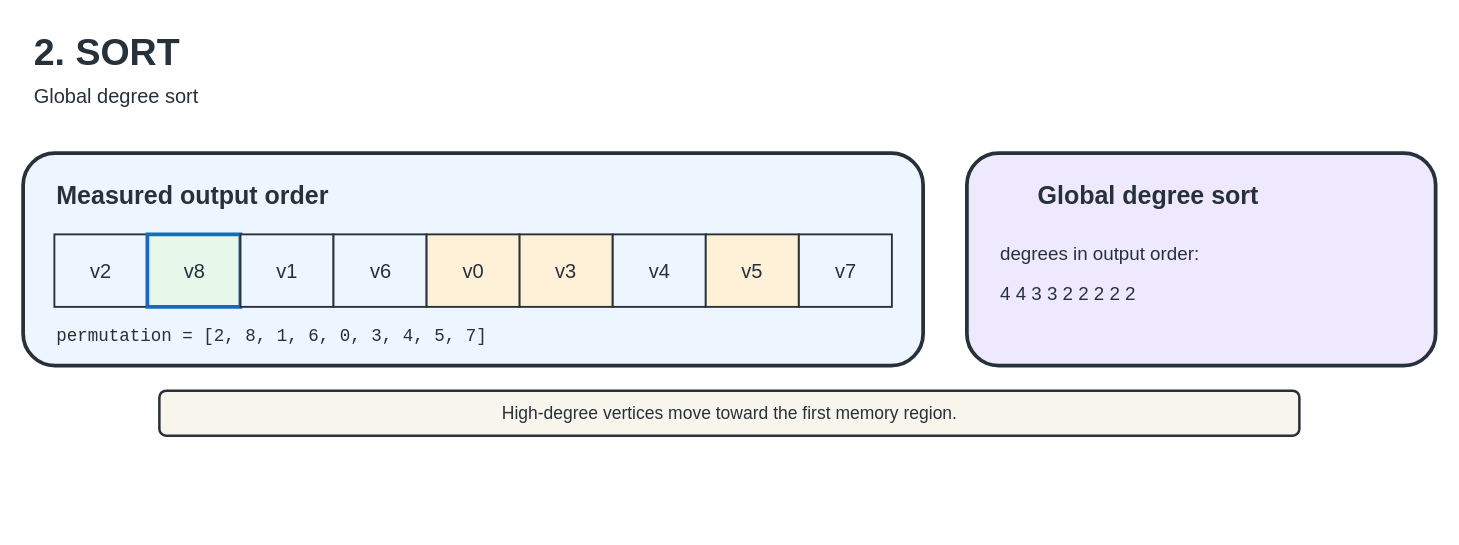
This is page "SORT" (4 of 18) of docs/figures/editable/GraphBrew-reordering-figures.drawio from UVA-LavaLab/GraphBrew, a draw.io file, before an edit. Source tidied: cells renumbered, new cells numbered last; positions are measured from the earlier drawing's top-left corner, leaving out a move shared by most shapes. Both pictures are drawn from the tidied source at 125%, with x=0, y=0 at pixel (22, 21).
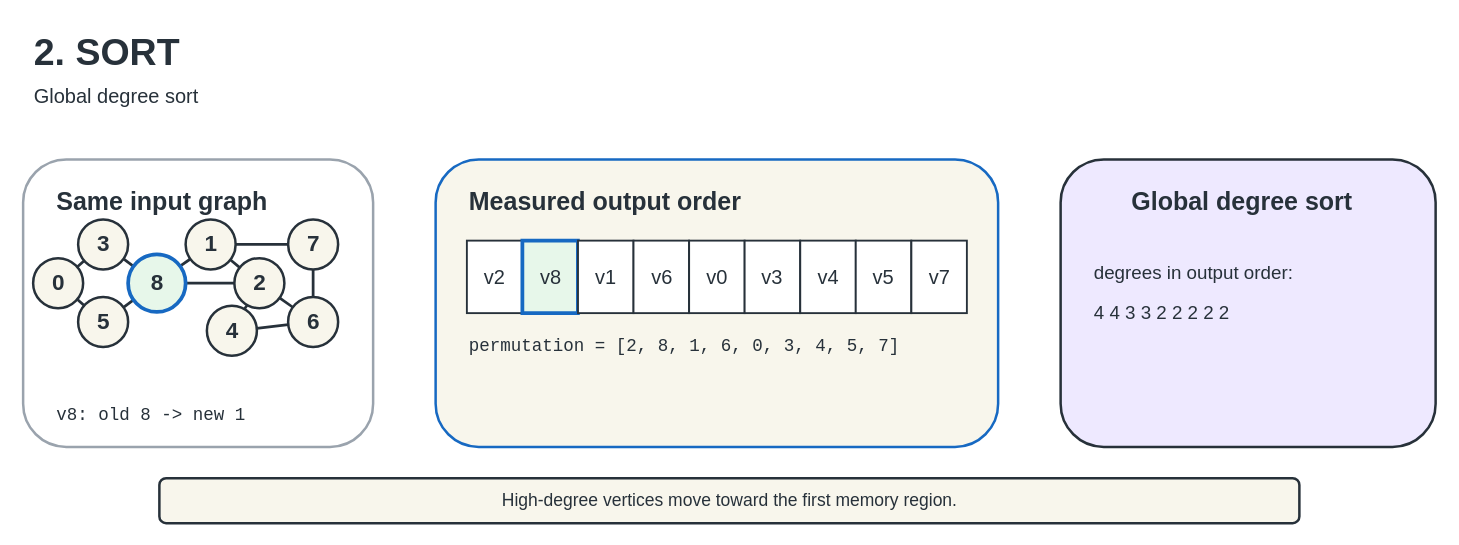
The same page after the edit.

Change to the diagram source:
```diff
@@
+    <mxCell id="21" style="rounded=1;html=1;fillColor=#FFFFFF;strokeColor=#9AA3AD;strokeWidth=2;" parent="1" vertex="1">
+      <mxGeometry y="110" width="280" height="230" as="geometry" />
+    </mxCell>
-    <mxCell id="4" style="rounded=1;html=1;fillColor=#EDF5FF;strokeColor=#27313A;strokeWidth=3;" parent="1" vertex="1">
-      <mxGeometry y="105" width="720" height="170" as="geometry" />
+    <mxCell id="4" style="rounded=1;html=1;fillColor=#F8F6EC;strokeColor=#1769C2;strokeWidth=2;" parent="1" vertex="1">
+      <mxGeometry x="330" y="110" width="450" height="230" as="geometry" />
     </mxCell>
-    <mxCell id="5" style="rounded=1;html=1;fillColor=#EEE9FF;strokeColor=#27313A;strokeWidth=3;" parent="1" vertex="1">
-      <mxGeometry x="755" y="105" width="375" height="170" as="geometry" />
+    <mxCell id="5" style="rounded=1;html=1;fillColor=#EEE9FF;strokeColor=#27313A;strokeWidth=2;" parent="1" vertex="1">
+      <mxGeometry x="830" y="110" width="300" height="230" as="geometry" />
     </mxCell>
+    <mxCell id="22" value="Same input graph" style="text;html=1;strokeColor=none;fillColor=none;fontSize=20;fontStyle=1;fontColor=#27313A;" parent="1" vertex="1">
+      <mxGeometry x="25" y="125" width="220" height="35" as="geometry" />
+    </mxCell>
     <mxCell id="6" value="Measured output order" style="text;html=1;strokeColor=none;fillColor=none;fontSize=20;fontStyle=1;fontColor=#27313A;" parent="1" vertex="1">
-      <mxGeometry x="25" y="120" width="300" height="35" as="geometry" />
+      <mxGeometry x="355" y="125" width="300" height="35" as="geometry" />
     </mxCell>
     <mxCell id="7" value="Global degree sort" style="text;html=1;strokeColor=none;fillColor=none;fontSize=20;fontStyle=1;fontColor=#27313A;" parent="1" vertex="1">
-      <mxGeometry x="810" y="120" width="300" height="35" as="geometry" />
+      <mxGeometry x="885" y="125" width="220" height="35" as="geometry" />
     </mxCell>
     <mxCell id="8" value="High-degree vertices move toward the first memory region." style="rounded=1;html=1;fillColor=#F8F6EC;strokeColor=#27313A;strokeWidth=2;fontSize=14;fontColor=#27313A;align=center;" parent="1" vertex="1">
-      <mxGeometry x="109" y="295" width="912" height="36" as="geometry" />
+      <mxGeometry x="109" y="365" width="912" height="36" as="geometry" />
     </mxCell>
+    <mxCell id="23" style="endArrow=none;html=1;rounded=0;strokeColor=#27313A;strokeWidth=2.2;" parent="1" edge="1" source="35" target="38">
+      <mxGeometry relative="1" as="geometry" />
+    </mxCell>
+    <mxCell id="24" style="endArrow=none;html=1;rounded=0;strokeColor=#27313A;strokeWidth=2.2;" parent="1" edge="1" source="35" target="40">
+      <mxGeometry relative="1" as="geometry" />
+    </mxCell>
+    <mxCell id="25" style="endArrow=none;html=1;rounded=0;strokeColor=#27313A;strokeWidth=2.2;" parent="1" edge="1" source="38" target="43">
+      <mxGeometry relative="1" as="geometry" />
+    </mxCell>
+    <mxCell id="26" style="endArrow=none;html=1;rounded=0;strokeColor=#27313A;strokeWidth=2.2;" parent="1" edge="1" source="40" target="43">
+      <mxGeometry relative="1" as="geometry" />
+    </mxCell>
+    <mxCell id="27" style="endArrow=none;html=1;rounded=0;strokeColor=#27313A;strokeWidth=2.2;" parent="1" edge="1" source="43" target="36">
+      <mxGeometry relative="1" as="geometry" />
+    </mxCell>
+    <mxCell id="28" style="endArrow=none;html=1;rounded=0;strokeColor=#27313A;strokeWidth=2.2;" parent="1" edge="1" source="43" target="37">
+      <mxGeometry relative="1" as="geometry" />
+    </mxCell>
+    <mxCell id="29" style="endArrow=none;html=1;rounded=0;strokeColor=#27313A;strokeWidth=2.2;" parent="1" edge="1" source="36" target="37">
+      <mxGeometry relative="1" as="geometry" />
+    </mxCell>
+    <mxCell id="30" style="endArrow=none;html=1;rounded=0;strokeColor=#27313A;strokeWidth=2.2;" parent="1" edge="1" source="36" target="42">
+      <mxGeometry relative="1" as="geometry" />
+    </mxCell>
+    <mxCell id="31" style="endArrow=none;html=1;rounded=0;strokeColor=#27313A;strokeWidth=2.2;" parent="1" edge="1" source="37" target="39">
+      <mxGeometry relative="1" as="geometry" />
+    </mxCell>
+    <mxCell id="32" style="endArrow=none;html=1;rounded=0;strokeColor=#27313A;strokeWidth=2.2;" parent="1" edge="1" source="37" target="41">
+      <mxGeometry relative="1" as="geometry" />
+    </mxCell>
+    <mxCell id="33" style="endArrow=none;html=1;rounded=0;strokeColor=#27313A;strokeWidth=2.2;" parent="1" edge="1" source="39" target="41">
+      <mxGeometry relative="1" as="geometry" />
+    </mxCell>
+    <mxCell id="34" style="endArrow=none;html=1;rounded=0;strokeColor=#27313A;strokeWidth=2.2;" parent="1" edge="1" source="41" target="42">
+      <mxGeometry relative="1" as="geometry" />
+    </mxCell>
+    <mxCell id="35" value="0" style="ellipse;html=1;align=center;fillColor=#F8F6EC;strokeColor=#27313A;strokeWidth=2;fontSize=18;fontStyle=1;fontColor=#27313A;" parent="1" vertex="1">
+      <mxGeometry x="8" y="189" width="40" height="40" as="geometry" />
+    </mxCell>
+    <mxCell id="36" value="1" style="ellipse;html=1;align=center;fillColor=#F8F6EC;strokeColor=#27313A;strokeWidth=2;fontSize=18;fontStyle=1;fontColor=#27313A;" parent="1" vertex="1">
+      <mxGeometry x="130" y="158" width="40" height="40" as="geometry" />
+    </mxCell>
+    <mxCell id="37" value="2" style="ellipse;html=1;align=center;fillColor=#F8F6EC;strokeColor=#27313A;strokeWidth=2;fontSize=18;fontStyle=1;fontColor=#27313A;" parent="1" vertex="1">
+      <mxGeometry x="169" y="189" width="40" height="40" as="geometry" />
+    </mxCell>
+    <mxCell id="38" value="3" style="ellipse;html=1;align=center;fillColor=#F8F6EC;strokeColor=#27313A;strokeWidth=2;fontSize=18;fontStyle=1;fontColor=#27313A;" parent="1" vertex="1">
+      <mxGeometry x="44" y="158" width="40" height="40" as="geometry" />
+    </mxCell>
+    <mxCell id="39" value="4" style="ellipse;html=1;align=center;fillColor=#F8F6EC;strokeColor=#27313A;strokeWidth=2;fontSize=18;fontStyle=1;fontColor=#27313A;" parent="1" vertex="1">
+      <mxGeometry x="147" y="227" width="40" height="40" as="geometry" />
+    </mxCell>
+    <mxCell id="40" value="5" style="ellipse;html=1;align=center;fillColor=#F8F6EC;strokeColor=#27313A;strokeWidth=2;fontSize=18;fontStyle=1;fontColor=#27313A;" parent="1" vertex="1">
+      <mxGeometry x="44" y="220" width="40" height="40" as="geometry" />
+    </mxCell>
+    <mxCell id="41" value="6" style="ellipse;html=1;align=center;fillColor=#F8F6EC;strokeColor=#27313A;strokeWidth=2;fontSize=18;fontStyle=1;fontColor=#27313A;" parent="1" vertex="1">
+      <mxGeometry x="212" y="220" width="40" height="40" as="geometry" />
+    </mxCell>
+    <mxCell id="42" value="7" style="ellipse;html=1;align=center;fillColor=#F8F6EC;strokeColor=#27313A;strokeWidth=2;fontSize=18;fontStyle=1;fontColor=#27313A;" parent="1" vertex="1">
+      <mxGeometry x="212" y="158" width="40" height="40" as="geometry" />
+    </mxCell>
+    <mxCell id="43" value="8" style="ellipse;html=1;align=center;fillColor=#E7F7EA;strokeColor=#1769C2;strokeWidth=3;fontSize=18;fontStyle=1;fontColor=#27313A;" parent="1" vertex="1">
+      <mxGeometry x="84" y="186" width="46" height="46" as="geometry" />
+    </mxCell>
+    <mxCell id="44" value="v8: old 8 -&gt; new 1" style="text;html=1;strokeColor=none;fillColor=none;fontSize=14;fontFamily=Consolas;fontColor=#27313A;" parent="1" vertex="1">
+      <mxGeometry x="25" y="300" width="230" height="28" as="geometry" />
+    </mxCell>
-    <mxCell id="9" value="v2" style="rounded=0;html=1;align=center;verticalAlign=middle;fillColor=#EDF5FF;strokeColor=#27313A;strokeWidth=1.5;fontSize=16;fontColor=#27313A;" parent="1" vertex="1">
-      <mxGeometry x="25" y="170" width="74.4" height="58" as="geometry" />
+    <mxCell id="9" value="v2" style="rounded=0;html=1;align=center;verticalAlign=middle;fillColor=#FFFFFF;strokeColor=#27313A;strokeWidth=1.5;fontSize=16;fontColor=#27313A;" parent="1" vertex="1">
+      <mxGeometry x="355" y="175" width="44.4" height="58" as="geometry" />
     </mxCell>
     <mxCell id="10" value="v8" style="rounded=0;html=1;align=center;verticalAlign=middle;fillColor=#E7F7EA;strokeColor=#1769C2;strokeWidth=3;fontSize=16;fontColor=#27313A;" parent="1" vertex="1">
-      <mxGeometry x="99.4" y="170" width="74.4" height="58" as="geometry" />
+      <mxGeometry x="399.4" y="175" width="44.4" height="58" as="geometry" />
     </mxCell>
-    <mxCell id="11" value="v1" style="rounded=0;html=1;align=center;verticalAlign=middle;fillColor=#EDF5FF;strokeColor=#27313A;strokeWidth=1.5;fontSize=16;fontColor=#27313A;" parent="1" vertex="1">
-      <mxGeometry x="173.9" y="170" width="74.4" height="58" as="geometry" />
+    <mxCell id="11" value="v1" style="rounded=0;html=1;align=center;verticalAlign=middle;fillColor=#FFFFFF;strokeColor=#27313A;strokeWidth=1.5;fontSize=16;fontColor=#27313A;" parent="1" vertex="1">
+      <mxGeometry x="443.9" y="175" width="44.4" height="58" as="geometry" />
     </mxCell>
-    <mxCell id="12" value="v6" style="rounded=0;html=1;align=center;verticalAlign=middle;fillColor=#EDF5FF;strokeColor=#27313A;strokeWidth=1.5;fontSize=16;fontColor=#27313A;" parent="1" vertex="1">
-      <mxGeometry x="248.3" y="170" width="74.4" height="58" as="geometry" />
+    <mxCell id="12" value="v6" style="rounded=0;html=1;align=center;verticalAlign=middle;fillColor=#FFFFFF;strokeColor=#27313A;strokeWidth=1.5;fontSize=16;fontColor=#27313A;" parent="1" vertex="1">
+      <mxGeometry x="488.3" y="175" width="44.4" height="58" as="geometry" />
     </mxCell>
-    <mxCell id="13" value="v0" style="rounded=0;html=1;align=center;verticalAlign=middle;fillColor=#FFF0D8;strokeColor=#27313A;strokeWidth=1.5;fontSize=16;fontColor=#27313A;" parent="1" vertex="1">
-      <mxGeometry x="322.8" y="170" width="74.4" height="58" as="geometry" />
+    <mxCell id="13" value="v0" style="rounded=0;html=1;align=center;verticalAlign=middle;fillColor=#FFFFFF;strokeColor=#27313A;strokeWidth=1.5;fontSize=16;fontColor=#27313A;" parent="1" vertex="1">
+      <mxGeometry x="532.8" y="175" width="44.4" height="58" as="geometry" />
     </mxCell>
-    <mxCell id="14" value="v3" style="rounded=0;html=1;align=center;verticalAlign=middle;fillColor=#FFF0D8;strokeColor=#27313A;strokeWidth=1.5;fontSize=16;fontColor=#27313A;" parent="1" vertex="1">
-      <mxGeometry x="397.2" y="170" width="74.4" height="58" as="geometry" />
+    <mxCell id="14" value="v3" style="rounded=0;html=1;align=center;verticalAlign=middle;fillColor=#FFFFFF;strokeColor=#27313A;strokeWidth=1.5;fontSize=16;fontColor=#27313A;" parent="1" vertex="1">
+      <mxGeometry x="577.2" y="175" width="44.4" height="58" as="geometry" />
     </mxCell>
-    <mxCell id="15" value="v4" style="rounded=0;html=1;align=center;verticalAlign=middle;fillColor=#EDF5FF;strokeColor=#27313A;strokeWidth=1.5;fontSize=16;fontColor=#27313A;" parent="1" vertex="1">
-      <mxGeometry x="471.7" y="170" width="74.4" height="58" as="geometry" />
+    <mxCell id="15" value="v4" style="rounded=0;html=1;align=center;verticalAlign=middle;fillColor=#FFFFFF;strokeColor=#27313A;strokeWidth=1.5;fontSize=16;fontColor=#27313A;" parent="1" vertex="1">
+      <mxGeometry x="621.7" y="175" width="44.4" height="58" as="geometry" />
     </mxCell>
-    <mxCell id="16" value="v5" style="rounded=0;html=1;align=center;verticalAlign=middle;fillColor=#FFF0D8;strokeColor=#27313A;strokeWidth=1.5;fontSize=16;fontColor=#27313A;" parent="1" vertex="1">
-      <mxGeometry x="546.1" y="170" width="74.4" height="58" as="geometry" />
+    <mxCell id="16" value="v5" style="rounded=0;html=1;align=center;verticalAlign=middle;fillColor=#FFFFFF;strokeColor=#27313A;strokeWidth=1.5;fontSize=16;fontColor=#27313A;" parent="1" vertex="1">
+      <mxGeometry x="666.1" y="175" width="44.4" height="58" as="geometry" />
     </mxCell>
-    <mxCell id="17" value="v7" style="rounded=0;html=1;align=center;verticalAlign=middle;fillColor=#EDF5FF;strokeColor=#27313A;strokeWidth=1.5;fontSize=16;fontColor=#27313A;" parent="1" vertex="1">
-      <mxGeometry x="620.6" y="170" width="74.4" height="58" as="geometry" />
+    <mxCell id="17" value="v7" style="rounded=0;html=1;align=center;verticalAlign=middle;fillColor=#FFFFFF;strokeColor=#27313A;strokeWidth=1.5;fontSize=16;fontColor=#27313A;" parent="1" vertex="1">
+      <mxGeometry x="710.6" y="175" width="44.4" height="58" as="geometry" />
     </mxCell>
     <mxCell id="18" value="permutation = [2, 8, 1, 6, 0, 3, 4, 5, 7]" style="text;html=1;strokeColor=none;fillColor=none;fontSize=14;fontFamily=Consolas;fontColor=#27313A;" parent="1" vertex="1">
-      <mxGeometry x="25" y="237" width="670" height="28" as="geometry" />
+      <mxGeometry x="355" y="245" width="400" height="28" as="geometry" />
     </mxCell>
     <mxCell id="19" value="degrees in output order:" style="text;html=1;strokeColor=none;fillColor=none;fontSize=15;fontColor=#27313A;" parent="1" vertex="1">
-      <mxGeometry x="780" y="170" width="325" height="28" as="geometry" />
+      <mxGeometry x="855" y="185" width="250" height="28" as="geometry" />
     </mxCell>
     <mxCell id="20" value="4 4 3 3 2 2 2 2 2" style="text;html=1;strokeColor=none;fillColor=none;fontSize=15;fontColor=#27313A;" parent="1" vertex="1">
-      <mxGeometry x="780" y="202" width="325" height="28" as="geometry" />
+      <mxGeometry x="855" y="217" width="250" height="28" as="geometry" />
     </mxCell>
```
